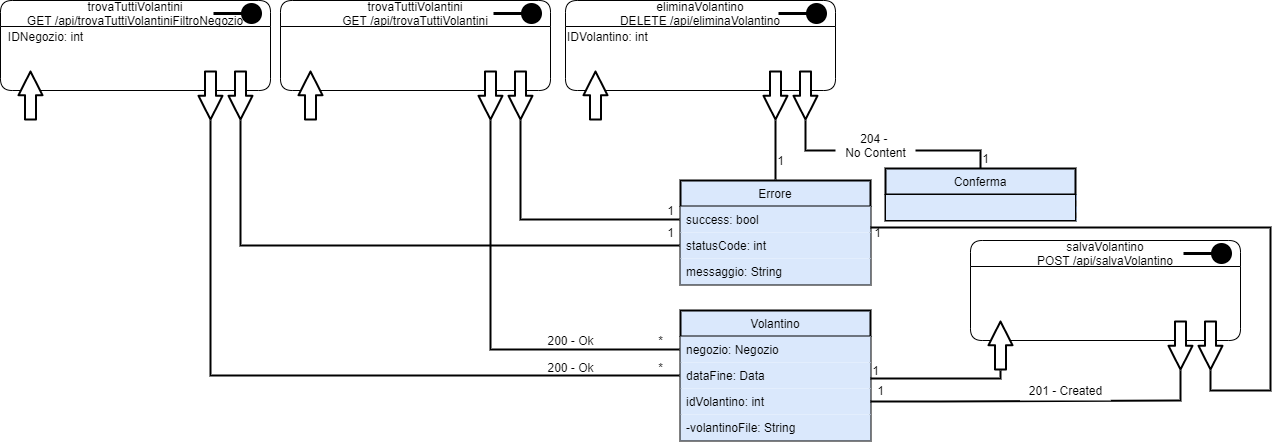
Above: UML/Diagramma Risorse/Diagramma Risorse Volantino.png in G15-UniTN/iSpesa (draw.io), before the change. Source tidied: cells renumbered, new cells last; positions are measured from the earlier drawing's top-left corner, leaving out a move shared by most shapes.
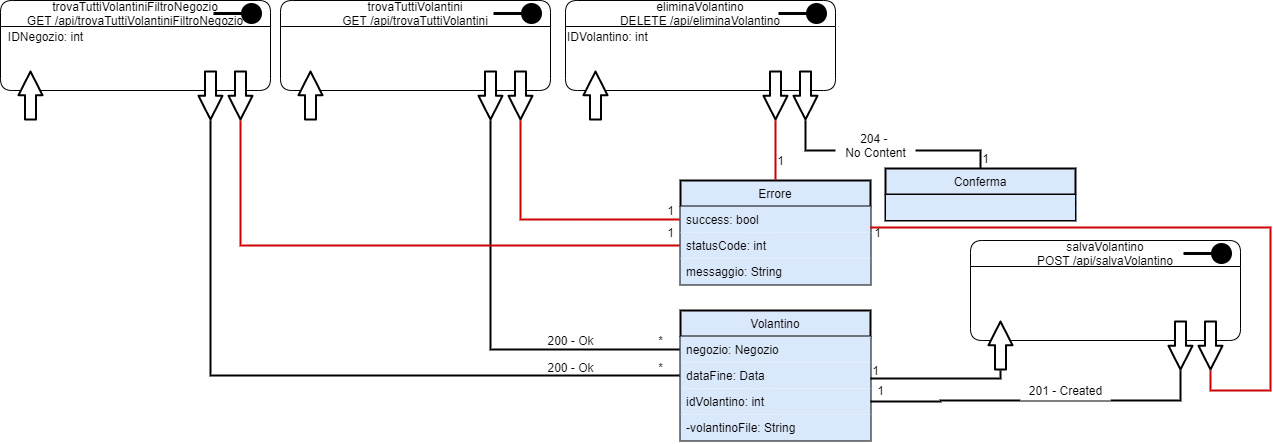
The same file after the commit.

Change to the diagram source:
```diff
@@ -70,7 +70,7 @@
     <mxCell id="19" value="messaggio: String" style="text;align=left;verticalAlign=top;spacingLeft=4;spacingRight=4;overflow=hidden;rounded=0;shadow=0;html=0;fillColor=#dae8fc;" parent="16" vertex="1">
       <mxGeometry y="78" width="190" height="26" as="geometry" />
     </mxCell>
-    <mxCell id="20" style="endArrow=none;html=1;targetPerimeterSpacing=1;strokeWidth=2;fillColor=#ffffff;edgeStyle=orthogonalEdgeStyle;rounded=0;endFill=0;" parent="1" edge="1" target="17">
+    <mxCell id="20" style="endArrow=none;html=1;targetPerimeterSpacing=1;strokeWidth=2;fillColor=#ffffff;edgeStyle=orthogonalEdgeStyle;rounded=0;endFill=0;strokeColor=#CC0000;" parent="1" edge="1" target="17">
       <mxGeometry relative="1" as="geometry">
         <mxPoint x="520" y="120" as="sourcePoint" />
       </mxGeometry>
@@ -81,7 +81,7 @@
     <mxCell id="22" style="group;" parent="1" vertex="1">
       <mxGeometry width="270" height="120" as="geometry" />
     </mxCell>
-    <mxCell id="23" value="trovaTuttiVolantini&#10;GET /api/trovaTuttiVolantiniFiltroNegozio" style="swimlane;fontStyle=0;horizontal=1;startSize=26;fillColor=none;rounded=1;" parent="22" vertex="1">
+    <mxCell id="23" value="trovaTuttiVolantiniFiltroNegozio&#10;GET /api/trovaTuttiVolantiniFiltroNegozio" style="swimlane;fontStyle=0;horizontal=1;startSize=26;fillColor=none;rounded=1;" parent="22" vertex="1">
       <mxGeometry width="270" height="90" as="geometry" />
     </mxCell>
     <mxCell id="24" style="html=1;verticalAlign=bottom;startArrow=circle;startFill=1;endArrow=none;startSize=6;endSize=8;endFill=0;strokeWidth=3;targetPerimeterSpacing=1;jumpSize=7;" parent="22" edge="1">
@@ -111,7 +111,7 @@
     <mxCell id="28" value="IDNegozio: int" style="text;html=1;align=center;verticalAlign=middle;strokeColor=none;" parent="1" vertex="1">
       <mxGeometry y="26" width="90" height="20" as="geometry" />
     </mxCell>
-    <mxCell id="29" style="endArrow=none;html=1;targetPerimeterSpacing=1;strokeWidth=2;fillColor=#ffffff;edgeStyle=orthogonalEdgeStyle;rounded=0;endFill=0;" parent="1" edge="1" target="18">
+    <mxCell id="29" style="endArrow=none;html=1;targetPerimeterSpacing=1;strokeWidth=2;fillColor=#ffffff;edgeStyle=orthogonalEdgeStyle;rounded=0;endFill=0;strokeColor=#CC0000;" parent="1" edge="1" target="18">
       <mxGeometry relative="1" as="geometry">
         <mxPoint x="240" y="120" as="sourcePoint" />
       </mxGeometry>
@@ -167,7 +167,7 @@
     <mxCell id="40" value="IDVolantino: int" style="text;html=1;align=left;verticalAlign=middle;strokeColor=none;" parent="1" vertex="1">
       <mxGeometry x="565" y="26" width="100" height="20" as="geometry" />
     </mxCell>
-    <mxCell id="41" style="endArrow=none;html=1;targetPerimeterSpacing=1;strokeWidth=2;fillColor=#ffffff;edgeStyle=orthogonalEdgeStyle;rounded=0;endFill=0;" parent="1" edge="1" target="16">
+    <mxCell id="41" style="endArrow=none;html=1;targetPerimeterSpacing=1;strokeWidth=2;fillColor=#ffffff;edgeStyle=orthogonalEdgeStyle;rounded=0;endFill=0;strokeColor=#CC0000;" parent="1" edge="1" target="16">
       <mxGeometry relative="1" as="geometry">
         <mxPoint x="775" y="120" as="sourcePoint" />
       </mxGeometry>
@@ -254,7 +254,7 @@
     <mxCell id="58" value="1" style="text;html=1;align=center;verticalAlign=middle;strokeColor=none;" parent="1" vertex="1">
       <mxGeometry x="870" y="380" width="20" height="20" as="geometry" />
     </mxCell>
-    <mxCell id="59" style="edgeStyle=orthogonalEdgeStyle;rounded=0;jumpSize=7;jettySize=auto;html=1;endArrow=none;endFill=0;targetPerimeterSpacing=1;strokeWidth=2;fillColor=#ffffff;exitX=1;exitY=-0.192;exitDx=0;exitDy=0;exitPerimeter=0;" parent="1" edge="1" source="18">
+    <mxCell id="59" style="edgeStyle=orthogonalEdgeStyle;rounded=0;jumpSize=7;jettySize=auto;html=1;endArrow=none;endFill=0;targetPerimeterSpacing=1;strokeWidth=2;fillColor=#ffffff;exitX=1;exitY=-0.192;exitDx=0;exitDy=0;exitPerimeter=0;strokeColor=#CC0000;" parent="1" edge="1" source="18">
       <mxGeometry relative="1" as="geometry">
         <mxPoint x="1210" y="370" as="targetPoint" />
         <Array as="points">
```
